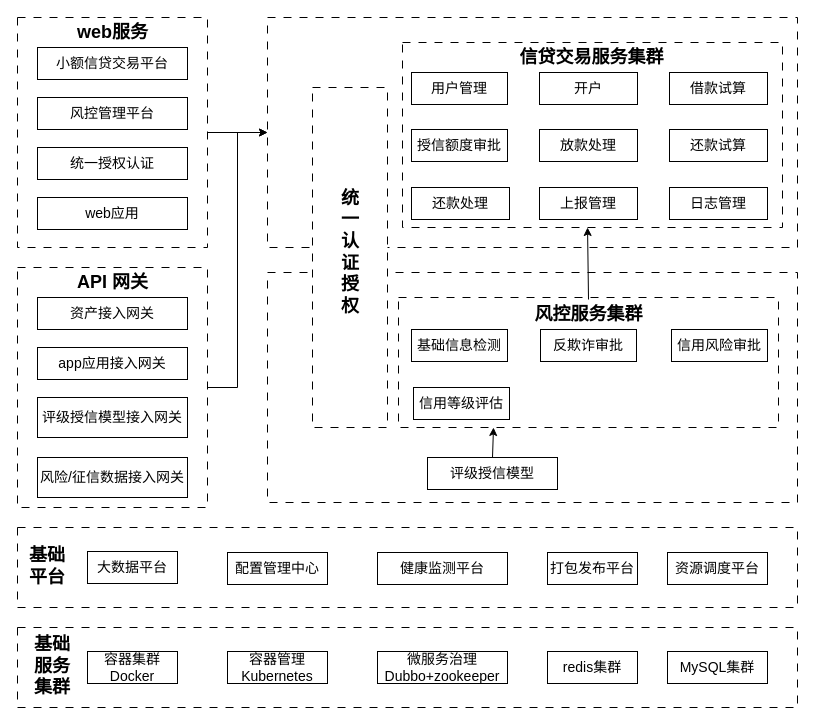
Before: 微服务架构图.drawio in wuxiao-web/graduationThesis, a draw.io diagram. Source tidied: cells renumbered, new cells numbered last; positions are measured from the earlier drawing's top-left corner, leaving out a move shared by most shapes. Both pictures are drawn from the tidied source at 100%, with x=0, y=0 at pixel (17, 17).
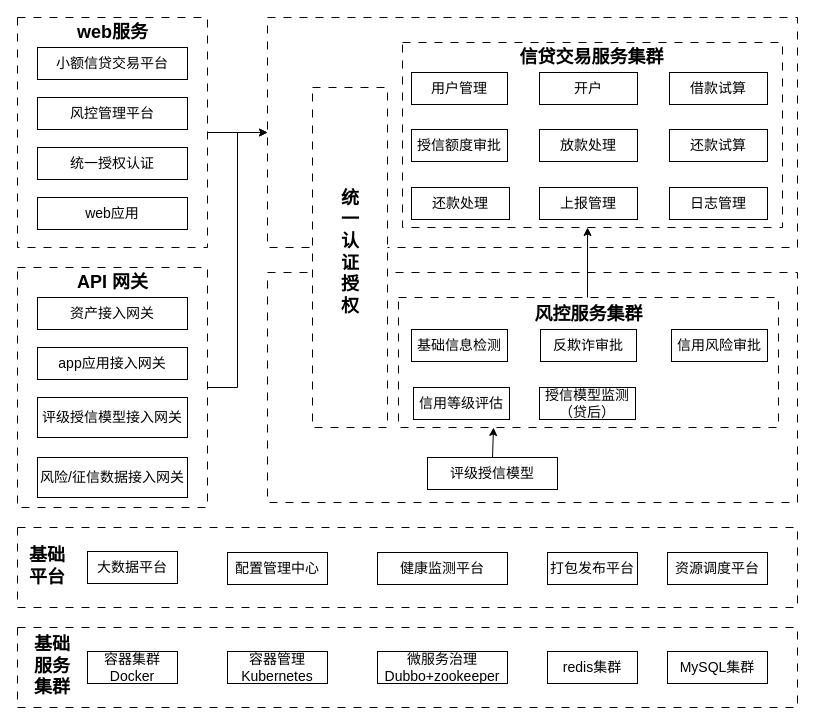
The same page after the edit.

Commit message (it also covers changes not shown here):
更新微服务架构图.drawio

The change refers to these unchanged cells:
```xml
<mxCell id="34" style="rounded=0;whiteSpace=wrap;html=1;dashed=1;dashPattern=8 8;" parent="1" vertex="1">
  <mxGeometry x="385" y="25" width="380" height="185" as="geometry" />
</mxCell>
<mxCell id="46" value="&lt;font style=&quot;font-size: 18px;&quot;&gt;&lt;b style=&quot;&quot;&gt;风控服务集群&lt;/b&gt;&lt;/font&gt;" style="text;html=1;strokeColor=none;fillColor=none;align=center;verticalAlign=middle;whiteSpace=wrap;rounded=0;" parent="1" vertex="1">
  <mxGeometry x="508.7" y="282" width="124.6" height="30" as="geometry" />
</mxCell>
```

Change to the diagram source:
```diff
@@
-    <mxCell id="47" style="endArrow=classic;html=1;rounded=0;exitX=0.5;exitY=0;exitDx=0;exitDy=0;entryX=0.487;entryY=1;entryDx=0;entryDy=0;entryPerimeter=0;" parent="1" edge="1" source="46" target="34">
-      <mxGeometry relative="1" as="geometry" />
+    <mxCell id="47" style="endArrow=classic;html=1;rounded=0;entryX=0.487;entryY=1;entryDx=0;entryDy=0;entryPerimeter=0;" parent="1" edge="1" target="34">
+      <mxGeometry relative="1" as="geometry">
+        <mxPoint x="570" y="280" as="sourcePoint" />
+      </mxGeometry>
     </mxCell>
@@
+    <mxCell id="54" value="&lt;span style=&quot;font-size: 14px;&quot;&gt;授信模型监测（贷后）&lt;/span&gt;" style="rounded=0;whiteSpace=wrap;html=1;" parent="1" vertex="1">
+      <mxGeometry x="522" y="370" width="96" height="32" as="geometry" />
+    </mxCell>
```
